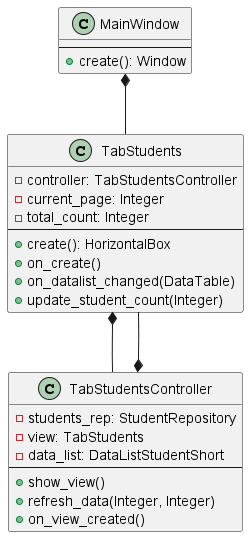
Above: Diagrams/mvc.png in r1411/PatternsLabs (PlantUML), before the change.
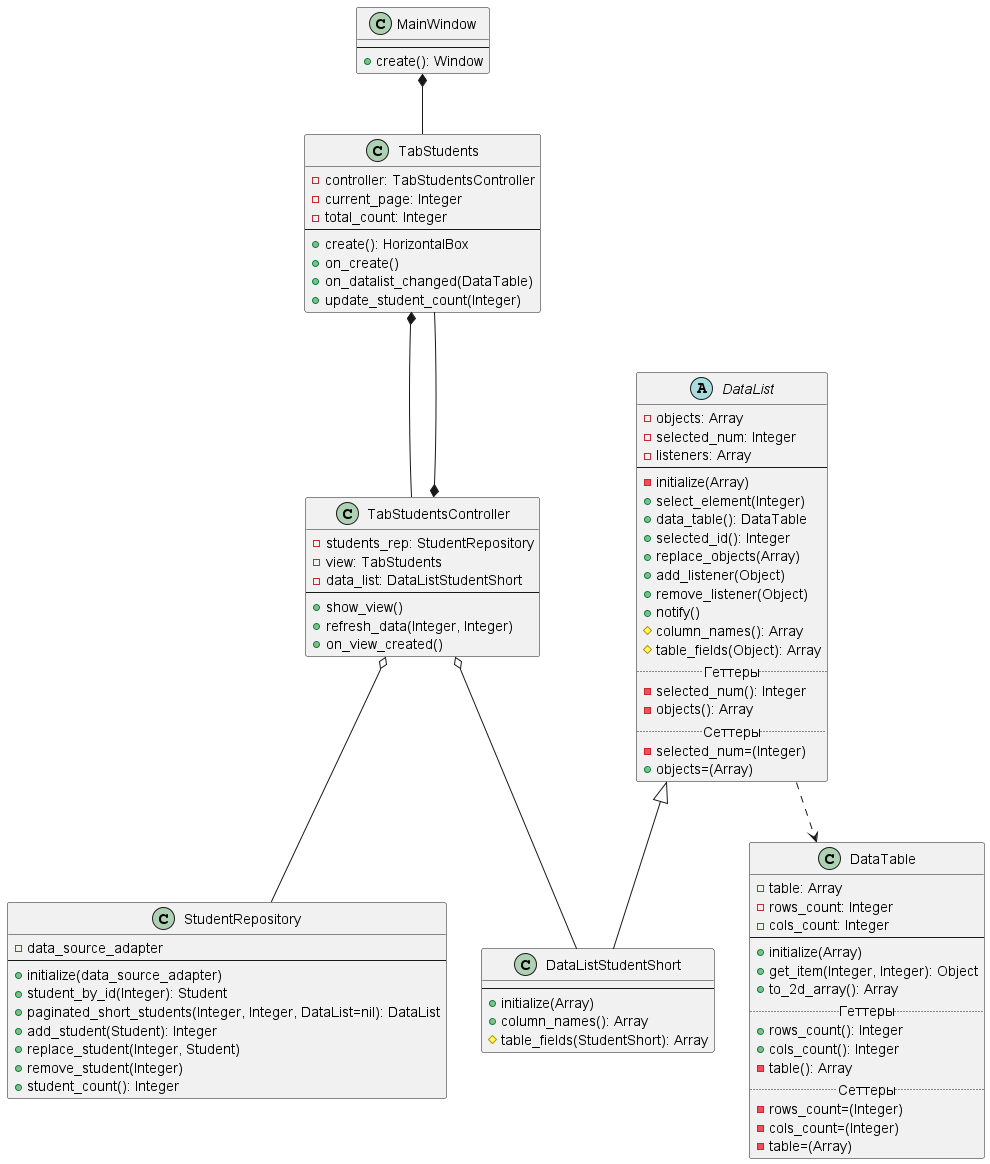
After the change.

Commit message:
MVC диграмма дополнена

Diff of the diagram source:
```diff
@@ -3,6 +3,9 @@
 MainWindow *-- TabStudents
 TabStudents *-- TabStudentsController
 TabStudentsController *-- TabStudents
+DataList ..> DataTable
+TabStudentsController o-- DataListStudentShort
+TabStudentsController o-- StudentRepository
 
 class MainWindow {
     --
@@ -30,4 +33,63 @@
     +on_view_created()
 }
 
+class DataTable {
+    -table: Array
+    -rows_count: Integer
+    -cols_count: Integer
+    --
+    +initialize(Array)
+    +get_item(Integer, Integer): Object
+    +to_2d_array(): Array
+    .. Геттеры ..
+    +rows_count(): Integer
+    +cols_count(): Integer
+    -table(): Array
+    .. Сеттеры ..
+    -rows_count=(Integer)
+    -cols_count=(Integer)
+    -table=(Array)
+}
+
+abstract class DataList {
+    -objects: Array
+    -selected_num: Integer
+    -listeners: Array
+    --
+    -initialize(Array)
+    +select_element(Integer)
+    +data_table(): DataTable
+    +selected_id(): Integer
+    +replace_objects(Array)
+    +add_listener(Object)
+    +remove_listener(Object)
+    +notify()
+    #column_names(): Array
+    #table_fields(Object): Array
+    .. Геттеры ..
+    -selected_num(): Integer
+    -objects(): Array
+    .. Сеттеры ..
+    -selected_num=(Integer)
+    +objects=(Array)
+}
+
+class DataListStudentShort extends DataList {
+    --
+    +initialize(Array)
+    +column_names(): Array
+    #table_fields(StudentShort): Array
+}
+
+class StudentRepository {
+    -data_source_adapter
+    --
+    +initialize(data_source_adapter)
+    +student_by_id(Integer): Student
+    +paginated_short_students(Integer, Integer, DataList=nil): DataList
+    +add_student(Student): Integer
+    +replace_student(Integer, Student)
+    +remove_student(Integer)
+    +student_count(): Integer
+}
 @enduml
```
